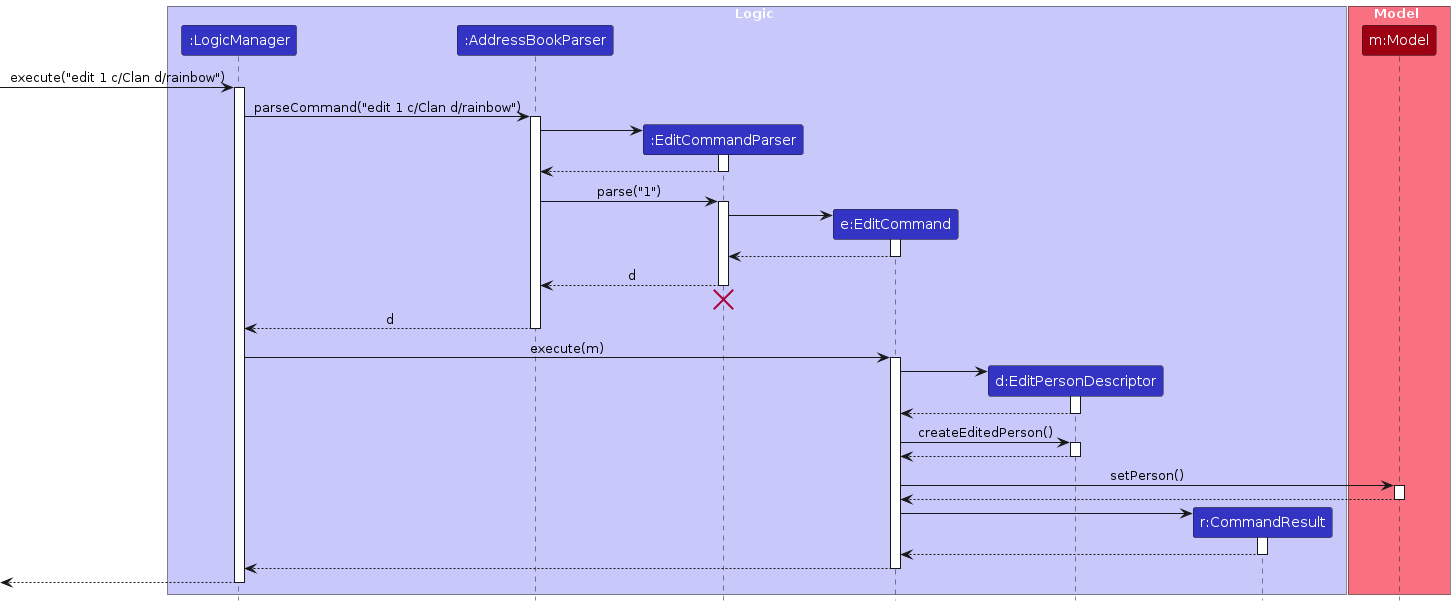
Above: diagrams/EditSequenceDiagram.png in AY2324S2-CS2103T-W13-3/tp (PlantUML), before the change. Its source is kept beside it as diagrams/EditSequenceDiagram.puml.
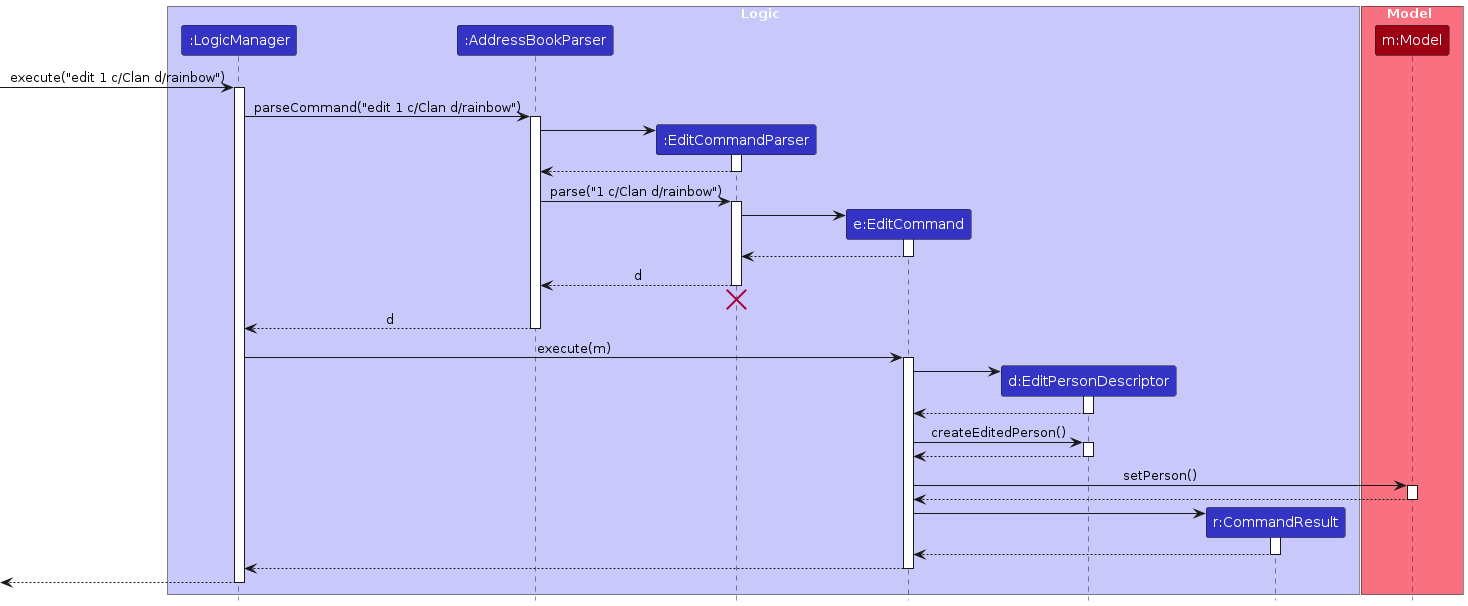
After the commit.

Diff of the diagram source:
```diff
@@ -28,7 +28,7 @@
 EditCommandParser --> AddressBookParser
 deactivate EditCommandParser
 
-AddressBookParser -> EditCommandParser : parse("1")
+AddressBookParser -> EditCommandParser : parse("1 c/Clan d/rainbow")
 activate EditCommandParser
 
 create EditCommand
```
